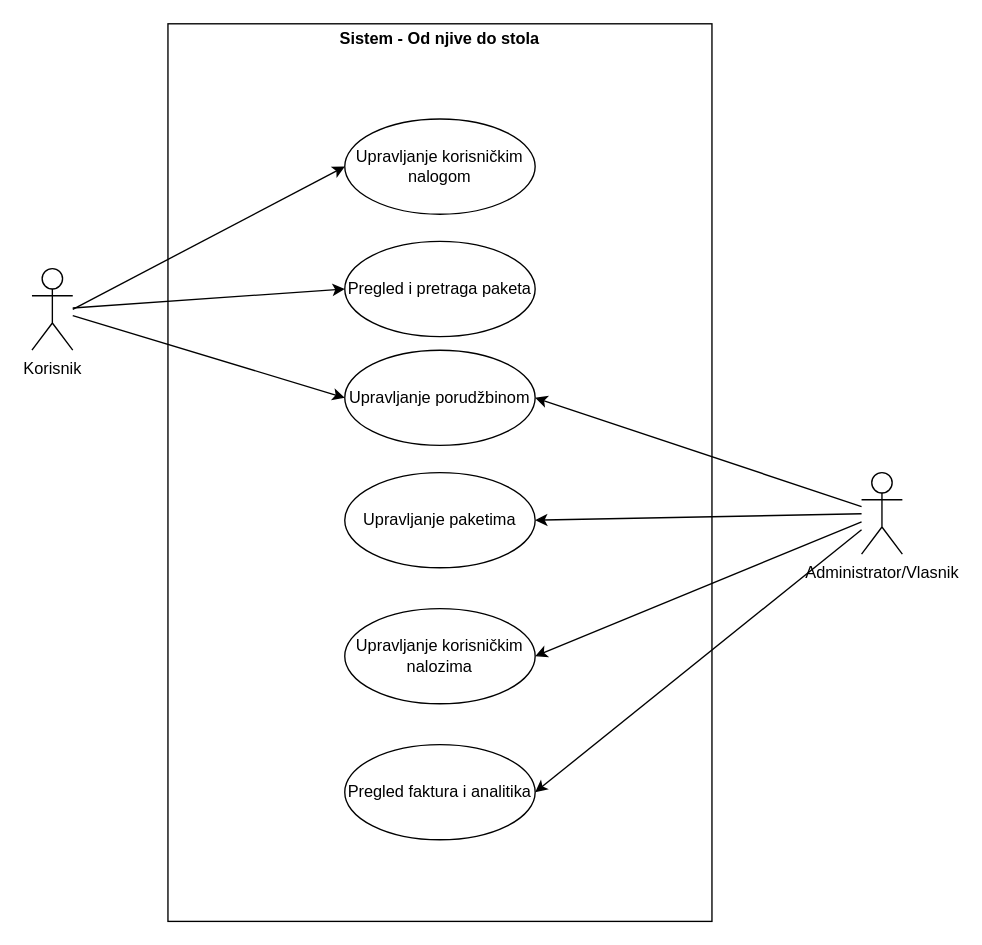
This is UML dijagrami/USE-CASE dijagram.drawio from TheTheophan/Od-njive-do-stola, a draw.io file, before an edit. Source tidied: cells renumbered, new cells numbered last; positions are measured from the earlier drawing's top-left corner, leaving out a move shared by most shapes. Both pictures are drawn from the tidied source at 136%, with x=0, y=0 at pixel (31, 23).
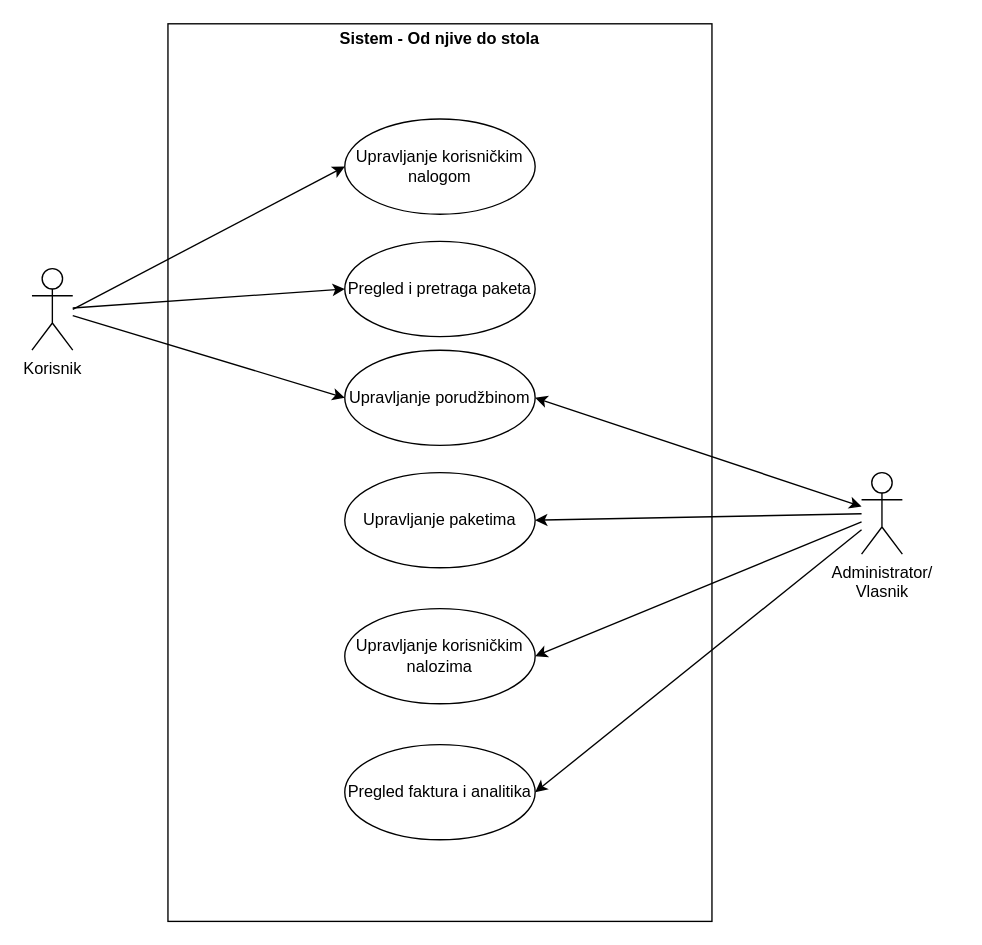
Above is the later version.

Commit message (it also covers changes not shown here):
added a diagram and expanded the documentation

The edit, as a diff of the source:
```diff
@@
 <mxGraphModel>
   <root>
     <mxCell id="0" />
     <mxCell id="1" parent="0" />
     <mxCell id="2" value="Korisnik" style="shape=umlActor;verticalLabelPosition=bottom;verticalAlign=top;html=1;" parent="1" vertex="1">
       <mxGeometry y="180" width="30" height="60" as="geometry" />
     </mxCell>
     <mxCell id="3" value="&lt;p style=&quot;margin:0px;margin-top:4px;text-align:center;&quot;&gt;&lt;b&gt;Sistem - Od njive do stola&lt;/b&gt;&lt;/p&gt;" style="verticalAlign=top;align=left;overflow=fill;html=1;whiteSpace=wrap;" parent="1" vertex="1">
       <mxGeometry x="100" width="400" height="660" as="geometry" />
     </mxCell>
     <mxCell id="4" style="rounded=0;jettySize=auto;html=1;entryX=0;entryY=0.5;entryDx=0;entryDy=0;" parent="1" edge="1" source="2" target="9">
       <mxGeometry relative="1" as="geometry" />
     </mxCell>
     <mxCell id="5" style="rounded=0;jettySize=auto;html=1;entryX=0;entryY=0.5;entryDx=0;entryDy=0;" parent="1" edge="1" source="2" target="8">
       <mxGeometry relative="1" as="geometry" />
     </mxCell>
     <mxCell id="6" value="Upravljanje korisničkim nalogom" style="ellipse;whiteSpace=wrap;html=1;" parent="1" vertex="1">
       <mxGeometry x="230" y="70" width="140" height="70" as="geometry" />
     </mxCell>
     <mxCell id="7" style="rounded=0;jettySize=auto;html=1;entryX=0;entryY=0.5;entryDx=0;entryDy=0;" parent="1" edge="1" target="6">
       <mxGeometry relative="1" as="geometry">
         <mxPoint x="30" y="210" as="sourcePoint" />
       </mxGeometry>
     </mxCell>
     <mxCell id="8" value="Pregled i pretraga paketa" style="ellipse;whiteSpace=wrap;html=1;" parent="1" vertex="1">
       <mxGeometry x="230" y="160" width="140" height="70" as="geometry" />
     </mxCell>
     <mxCell id="9" value="Upravljanje porudžbinom" style="ellipse;whiteSpace=wrap;html=1;" parent="1" vertex="1">
       <mxGeometry x="230" y="240" width="140" height="70" as="geometry" />
     </mxCell>
     <mxCell id="10" style="rounded=0;jettySize=auto;html=1;entryX=1;entryY=0.5;entryDx=0;entryDy=0;" parent="1" edge="1" source="13" target="15">
       <mxGeometry relative="1" as="geometry" />
     </mxCell>
     <mxCell id="11" style="rounded=0;jettySize=auto;html=1;entryX=1;entryY=0.5;entryDx=0;entryDy=0;" parent="1" edge="1" source="13" target="16">
       <mxGeometry relative="1" as="geometry" />
     </mxCell>
     <mxCell id="12" style="rounded=0;jettySize=auto;html=1;entryX=1;entryY=0.5;entryDx=0;entryDy=0;" parent="1" edge="1" source="13" target="17">
       <mxGeometry relative="1" as="geometry" />
     </mxCell>
-    <mxCell id="13" value="Administrator/Vlasnik" style="shape=umlActor;verticalLabelPosition=bottom;verticalAlign=top;html=1;" parent="1" vertex="1">
+    <mxCell id="13" value="Administrator/&lt;div&gt;Vlasnik&lt;/div&gt;" style="shape=umlActor;verticalLabelPosition=bottom;verticalAlign=top;html=1;" parent="1" vertex="1">
       <mxGeometry x="610" y="330" width="30" height="60" as="geometry" />
     </mxCell>
-    <mxCell id="14" style="rounded=0;jettySize=auto;html=1;entryX=1;entryY=0.5;entryDx=0;entryDy=0;" parent="1" edge="1" source="13" target="9">
+    <mxCell id="14" style="rounded=0;jettySize=auto;html=1;entryX=1;entryY=0.5;entryDx=0;entryDy=0;startArrow=classic;startFill=1;" parent="1" edge="1" source="13" target="9">
       <mxGeometry relative="1" as="geometry" />
     </mxCell>
     <mxCell id="15" value="Upravljanje paketima" style="ellipse;whiteSpace=wrap;html=1;" parent="1" vertex="1">
       <mxGeometry x="230" y="330" width="140" height="70" as="geometry" />
     </mxCell>
     <mxCell id="16" value="Upravljanje korisničkim nalozima" style="ellipse;whiteSpace=wrap;html=1;" parent="1" vertex="1">
       <mxGeometry x="230" y="430" width="140" height="70" as="geometry" />
     </mxCell>
     <mxCell id="17" value="Pregled faktura i analitika" style="ellipse;whiteSpace=wrap;html=1;" parent="1" vertex="1">
       <mxGeometry x="230" y="530" width="140" height="70" as="geometry" />
     </mxCell>
   </root>
 </mxGraphModel>
```
